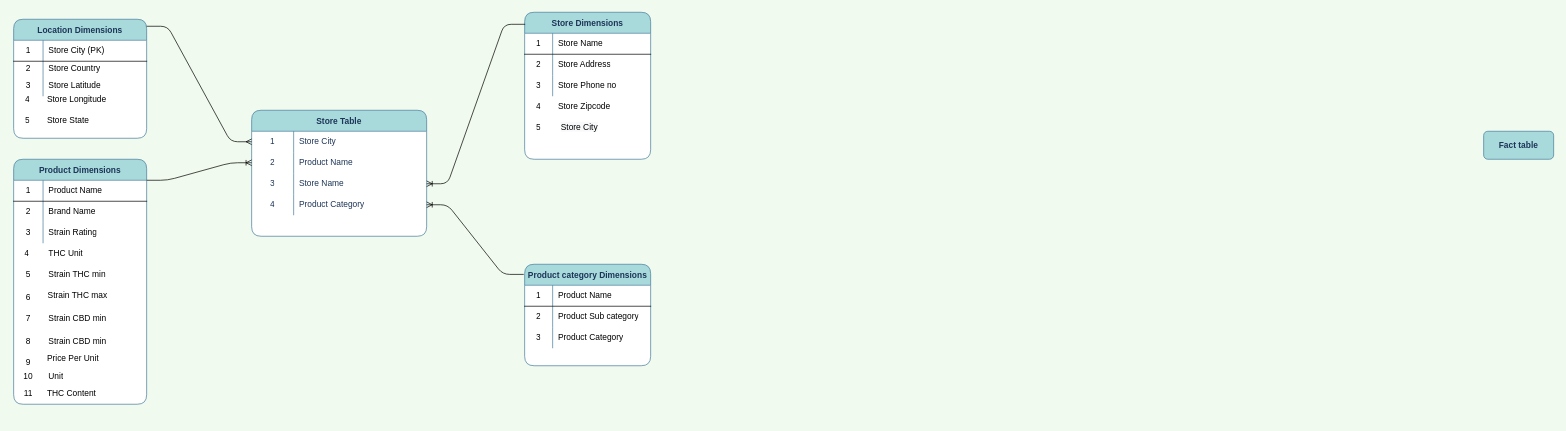
The draw.io diagram Star schema.drawio in shellys014/Leafly-weed, before the edit. Source tidied: cells renumbered, new cells numbered last; positions are measured from the earlier drawing's top-left corner, leaving out a move shared by most shapes. Both pictures are drawn from the tidied source at 70%, with x=0, y=0 at pixel (12, 12).
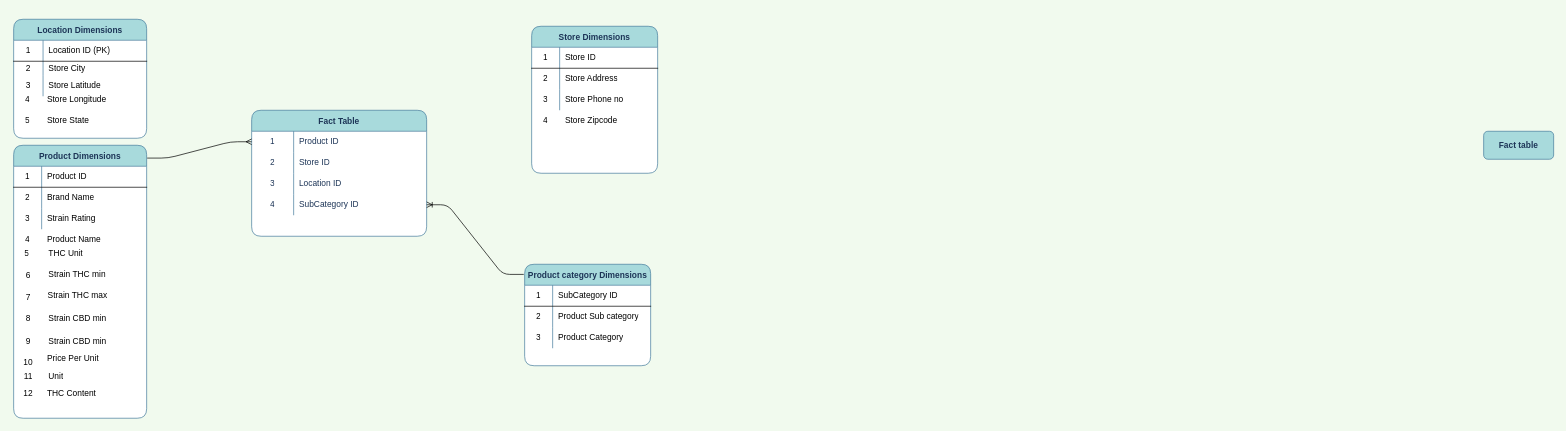
Above is the later version.

Unchanged cells that the change refers to:
```xml
<mxCell id="4" style="shape=partialRectangle;html=1;whiteSpace=wrap;fillColor=none;top=0;left=0;bottom=0;right=0;points=[[0,0.5],[1,0.5]];portConstraint=eastwest;strokeColor=#457B9D;fontColor=#1D3557;rounded=1;" parent="3" vertex="1">
  <mxGeometry y="30" width="250" height="30" as="geometry" />
</mxCell>
<mxCell id="7" style="shape=partialRectangle;html=1;whiteSpace=wrap;fillColor=none;top=0;left=0;bottom=0;right=0;points=[[0,0.5],[1,0.5]];portConstraint=eastwest;strokeColor=#457B9D;fontColor=#1D3557;rounded=1;" parent="3" vertex="1">
  <mxGeometry y="60" width="250" height="30" as="geometry" />
</mxCell>
<mxCell id="10" style="shape=partialRectangle;html=1;whiteSpace=wrap;fillColor=none;top=0;left=0;bottom=0;right=0;points=[[0,0.5],[1,0.5]];portConstraint=eastwest;strokeColor=#457B9D;fontColor=#1D3557;rounded=1;" parent="3" vertex="1">
  <mxGeometry y="90" width="250" height="30" as="geometry" />
</mxCell>
<mxCell id="13" style="shape=partialRectangle;html=1;whiteSpace=wrap;fillColor=none;top=0;left=0;bottom=0;right=0;points=[[0,0.5],[1,0.5]];portConstraint=eastwest;strokeColor=#457B9D;fontColor=#1D3557;rounded=1;" parent="3" vertex="1">
  <mxGeometry y="120" width="250" height="30" as="geometry" />
</mxCell>
<mxCell id="17" style="shape=partialRectangle;html=1;whiteSpace=wrap;fillColor=none;top=0;left=0;bottom=1;right=0;" parent="16" vertex="1">
  <mxGeometry y="30" width="190" height="30" as="geometry" />
</mxCell>
<mxCell id="20" style="shape=partialRectangle;html=1;whiteSpace=wrap;fillColor=none;top=0;left=0;bottom=0;right=0;" parent="16" vertex="1">
  <mxGeometry y="60" width="190" height="20" as="geometry" />
</mxCell>
<mxCell id="27" style="shape=partialRectangle;html=1;whiteSpace=wrap;fillColor=none;top=0;left=0;bottom=1;right=0;" parent="26" vertex="1">
  <mxGeometry y="30" width="190" height="30" as="geometry" />
</mxCell>
<mxCell id="30" style="shape=partialRectangle;html=1;whiteSpace=wrap;fillColor=none;top=0;left=0;bottom=0;right=0;" parent="26" vertex="1">
  <mxGeometry y="60" width="190" height="30" as="geometry" />
</mxCell>
<mxCell id="33" style="shape=partialRectangle;html=1;whiteSpace=wrap;fillColor=none;top=0;left=0;bottom=0;right=0;" parent="26" vertex="1">
  <mxGeometry y="90" width="190" height="30" as="geometry" />
</mxCell>
<mxCell id="37" style="shape=partialRectangle;html=1;whiteSpace=wrap;fillColor=none;top=0;left=0;bottom=1;right=0;" parent="36" vertex="1">
  <mxGeometry y="30" width="180" height="30" as="geometry" />
</mxCell>
<mxCell id="47" style="shape=partialRectangle;html=1;whiteSpace=wrap;fillColor=none;top=0;left=0;bottom=1;right=0;" parent="46" vertex="1">
  <mxGeometry y="30" width="180" height="30" as="geometry" />
</mxCell>
```

What changed in the source:
```diff
@@
-    <mxCell id="3" value="Store Table" style="shape=table;startSize=30;childLayout=tableLayout;rowLines=0;fontStyle=1;align=center;fillColor=#A8DADC;strokeColor=#457B9D;rounded=1;swimlaneFillColor=#ffffff;fontColor=#1D3557;" parent="1" vertex="1">
+    <mxCell id="3" value="Fact Table" style="shape=table;startSize=30;childLayout=tableLayout;rowLines=0;fontStyle=1;align=center;fillColor=#A8DADC;strokeColor=#457B9D;rounded=1;swimlaneFillColor=#ffffff;fontColor=#1D3557;" parent="1" vertex="1">
       <mxGeometry x="342" y="140" width="250" height="180" as="geometry" />
     </mxCell>
@@
-    <mxCell id="6" value="Store City" style="shape=partialRectangle;html=1;whiteSpace=wrap;fillColor=none;top=0;left=0;bottom=0;right=0;align=left;spacingLeft=6;overflow=hidden;strokeColor=#457B9D;fontColor=#1D3557;rounded=1;" parent="4" vertex="1">
+    <mxCell id="6" value="Product ID" style="shape=partialRectangle;html=1;whiteSpace=wrap;fillColor=none;top=0;left=0;bottom=0;right=0;align=left;spacingLeft=6;overflow=hidden;strokeColor=#457B9D;fontColor=#1D3557;rounded=1;" parent="4" vertex="1">
       <mxGeometry x="60" width="190" height="30" as="geometry" />
     </mxCell>
@@
-    <mxCell id="9" value="Product Name" style="shape=partialRectangle;html=1;whiteSpace=wrap;fillColor=none;top=0;left=0;bottom=0;right=0;align=left;spacingLeft=6;overflow=hidden;strokeColor=#457B9D;fontColor=#1D3557;rounded=1;" parent="7" vertex="1">
+    <mxCell id="9" value="Store ID" style="shape=partialRectangle;html=1;whiteSpace=wrap;fillColor=none;top=0;left=0;bottom=0;right=0;align=left;spacingLeft=6;overflow=hidden;strokeColor=#457B9D;fontColor=#1D3557;rounded=1;" parent="7" vertex="1">
       <mxGeometry x="60" width="190" height="30" as="geometry" />
     </mxCell>
@@
-    <mxCell id="12" value="Store Name" style="shape=partialRectangle;html=1;whiteSpace=wrap;fillColor=none;top=0;left=0;bottom=0;right=0;align=left;spacingLeft=6;overflow=hidden;strokeColor=#457B9D;fontColor=#1D3557;rounded=1;" parent="10" vertex="1">
+    <mxCell id="12" value="Location ID" style="shape=partialRectangle;html=1;whiteSpace=wrap;fillColor=none;top=0;left=0;bottom=0;right=0;align=left;spacingLeft=6;overflow=hidden;strokeColor=#457B9D;fontColor=#1D3557;rounded=1;" parent="10" vertex="1">
       <mxGeometry x="60" width="190" height="30" as="geometry" />
     </mxCell>
@@
-    <mxCell id="15" value="Product Category" style="shape=partialRectangle;html=1;whiteSpace=wrap;fillColor=none;top=0;left=0;bottom=0;right=0;align=left;spacingLeft=6;overflow=hidden;strokeColor=#457B9D;fontColor=#1D3557;rounded=1;" parent="13" vertex="1">
+    <mxCell id="15" value="SubCategory ID" style="shape=partialRectangle;html=1;whiteSpace=wrap;fillColor=none;top=0;left=0;bottom=0;right=0;align=left;spacingLeft=6;overflow=hidden;strokeColor=#457B9D;fontColor=#1D3557;rounded=1;" parent="13" vertex="1">
       <mxGeometry x="60" width="190" height="30" as="geometry" />
     </mxCell>
@@
-    <mxCell id="19" value="Store City (PK)" style="shape=partialRectangle;html=1;whiteSpace=wrap;fillColor=none;top=0;left=0;bottom=0;right=0;align=left;spacingLeft=6;overflow=hidden;" parent="17" vertex="1">
+    <mxCell id="19" value="Location ID (PK)" style="shape=partialRectangle;html=1;whiteSpace=wrap;fillColor=none;top=0;left=0;bottom=0;right=0;align=left;spacingLeft=6;overflow=hidden;" parent="17" vertex="1">
       <mxGeometry x="42" width="148" height="30" as="geometry" />
     </mxCell>
@@
-    <mxCell id="22" value="Store Country" style="shape=partialRectangle;html=1;whiteSpace=wrap;fillColor=none;top=0;left=0;bottom=0;right=0;align=left;spacingLeft=6;overflow=hidden;" parent="20" vertex="1">
+    <mxCell id="22" value="Store City" style="shape=partialRectangle;html=1;whiteSpace=wrap;fillColor=none;top=0;left=0;bottom=0;right=0;align=left;spacingLeft=6;overflow=hidden;" parent="20" vertex="1">
       <mxGeometry x="42" width="148" height="20" as="geometry" />
     </mxCell>
@@
     <mxCell id="26" value="Product Dimensions" style="shape=table;startSize=30;childLayout=tableLayout;rowLines=0;fontStyle=1;align=center;rounded=1;fontColor=#1D3557;strokeColor=#457B9D;fillColor=#A8DADC;swimlaneFillColor=#ffffff;" parent="1" vertex="1">
-      <mxGeometry x="2" y="210" width="190" height="350" as="geometry" />
+      <mxGeometry x="2" y="190" width="190" height="390" as="geometry" />
     </mxCell>
@@
     <mxCell id="28" value="1" style="shape=partialRectangle;html=1;whiteSpace=wrap;fillColor=none;top=0;left=0;bottom=0;right=0;overflow=hidden;" parent="27" vertex="1">
-      <mxGeometry width="42" height="30" as="geometry" />
+      <mxGeometry width="40" height="30" as="geometry" />
     </mxCell>
-    <mxCell id="29" value="Product Name" style="shape=partialRectangle;html=1;whiteSpace=wrap;fillColor=none;top=0;left=0;bottom=0;right=0;align=left;spacingLeft=6;overflow=hidden;" parent="27" vertex="1">
-      <mxGeometry x="42" width="148" height="30" as="geometry" />
+    <mxCell id="29" value="Product ID" style="shape=partialRectangle;html=1;whiteSpace=wrap;fillColor=none;top=0;left=0;bottom=0;right=0;align=left;spacingLeft=6;overflow=hidden;" parent="27" vertex="1">
+      <mxGeometry x="40" width="150" height="30" as="geometry" />
     </mxCell>
@@
     <mxCell id="31" value="2" style="shape=partialRectangle;html=1;whiteSpace=wrap;fillColor=none;top=0;left=0;bottom=0;right=0;overflow=hidden;" parent="30" vertex="1">
-      <mxGeometry width="42" height="30" as="geometry" />
+      <mxGeometry width="40" height="30" as="geometry" />
     </mxCell>
     <mxCell id="32" value="Brand Name" style="shape=partialRectangle;html=1;whiteSpace=wrap;fillColor=none;top=0;left=0;bottom=0;right=0;align=left;spacingLeft=6;overflow=hidden;" parent="30" vertex="1">
-      <mxGeometry x="42" width="148" height="30" as="geometry" />
+      <mxGeometry x="40" width="150" height="30" as="geometry" />
     </mxCell>
@@
     <mxCell id="34" value="3" style="shape=partialRectangle;html=1;whiteSpace=wrap;fillColor=none;top=0;left=0;bottom=0;right=0;overflow=hidden;" parent="33" vertex="1">
-      <mxGeometry width="42" height="30" as="geometry" />
+      <mxGeometry width="40" height="30" as="geometry" />
     </mxCell>
     <mxCell id="35" value="Strain Rating" style="shape=partialRectangle;html=1;whiteSpace=wrap;fillColor=none;top=0;left=0;bottom=0;right=0;align=left;spacingLeft=6;overflow=hidden;" parent="33" vertex="1">
-      <mxGeometry x="42" width="148" height="30" as="geometry" />
+      <mxGeometry x="40" width="150" height="30" as="geometry" />
     </mxCell>
@@
-    <mxCell id="39" value="Product Name" style="shape=partialRectangle;html=1;whiteSpace=wrap;fillColor=none;top=0;left=0;bottom=0;right=0;align=left;spacingLeft=6;overflow=hidden;" parent="37" vertex="1">
+    <mxCell id="39" value="SubCategory ID" style="shape=partialRectangle;html=1;whiteSpace=wrap;fillColor=none;top=0;left=0;bottom=0;right=0;align=left;spacingLeft=6;overflow=hidden;" parent="37" vertex="1">
       <mxGeometry x="40" width="140" height="30" as="geometry" />
     </mxCell>
@@
     <mxCell id="46" value="Store Dimensions" style="shape=table;startSize=30;childLayout=tableLayout;rowLines=0;fontStyle=1;align=center;rounded=1;fontColor=#1D3557;strokeColor=#457B9D;fillColor=#A8DADC;swimlaneFillColor=#ffffff;" parent="1" vertex="1">
-      <mxGeometry x="732" width="180" height="210" as="geometry" />
+      <mxGeometry x="742" y="20" width="180" height="210" as="geometry" />
     </mxCell>
@@
-    <mxCell id="49" value="Store Name" style="shape=partialRectangle;html=1;whiteSpace=wrap;fillColor=none;top=0;left=0;bottom=0;right=0;align=left;spacingLeft=6;overflow=hidden;" parent="47" vertex="1">
+    <mxCell id="49" value="Store ID" style="shape=partialRectangle;html=1;whiteSpace=wrap;fillColor=none;top=0;left=0;bottom=0;right=0;align=left;spacingLeft=6;overflow=hidden;" parent="47" vertex="1">
       <mxGeometry x="40" width="140" height="30" as="geometry" />
     </mxCell>
@@
     <mxCell id="58" value="Store Zipcode" style="shape=partialRectangle;html=1;whiteSpace=wrap;fillColor=none;top=0;left=0;bottom=0;right=0;align=left;spacingLeft=6;overflow=hidden;" parent="1" vertex="1">
-      <mxGeometry x="772" y="120" width="140" height="30" as="geometry" />
+      <mxGeometry x="782" y="140" width="140" height="30" as="geometry" />
     </mxCell>
     <mxCell id="59" value="4" style="shape=partialRectangle;html=1;whiteSpace=wrap;fillColor=none;top=0;left=0;bottom=0;right=0;overflow=hidden;" parent="1" vertex="1">
-      <mxGeometry x="732" y="120" width="40" height="30" as="geometry" />
+      <mxGeometry x="742" y="140" width="40" height="30" as="geometry" />
     </mxCell>
-    <mxCell id="60" value="5" style="shape=partialRectangle;html=1;whiteSpace=wrap;fillColor=none;top=0;left=0;bottom=0;right=0;overflow=hidden;" parent="1" vertex="1">
-      <mxGeometry x="732" y="150" width="40" height="30" as="geometry" />
-    </mxCell>
@@
-    <mxCell id="63" value="&lt;span style=&quot;color: rgb(0 , 0 , 0) ; font-family: &amp;#34;helvetica&amp;#34; ; font-size: 12px ; font-style: normal ; font-weight: 400 ; letter-spacing: normal ; text-align: left ; text-indent: 0px ; text-transform: none ; word-spacing: 0px ; background-color: rgb(248 , 249 , 250) ; display: inline ; float: none&quot;&gt;Store City&lt;/span&gt;" style="text;whiteSpace=wrap;html=1;" parent="1" vertex="1">
-      <mxGeometry x="782" y="150" width="120" height="30" as="geometry" />
-    </mxCell>
@@
-    <mxCell id="68" value="5" style="shape=partialRectangle;html=1;whiteSpace=wrap;fillColor=none;top=0;left=0;bottom=0;right=0;overflow=hidden;" parent="1" vertex="1">
-      <mxGeometry x="2" y="357.5" width="42" height="35" as="geometry" />
+    <mxCell id="68" value="6" style="shape=partialRectangle;html=1;whiteSpace=wrap;fillColor=none;top=0;left=0;bottom=0;right=0;overflow=hidden;" parent="1" vertex="1">
+      <mxGeometry x="2" y="360" width="42" height="32.5" as="geometry" />
     </mxCell>
-    <mxCell id="69" value="8" style="shape=partialRectangle;html=1;whiteSpace=wrap;fillColor=none;top=0;left=0;bottom=0;right=0;overflow=hidden;" parent="1" vertex="1">
+    <mxCell id="69" value="9" style="shape=partialRectangle;html=1;whiteSpace=wrap;fillColor=none;top=0;left=0;bottom=0;right=0;overflow=hidden;" parent="1" vertex="1">
       <mxGeometry x="2" y="455" width="42" height="30" as="geometry" />
     </mxCell>
-    <mxCell id="70" value="6" style="shape=partialRectangle;html=1;whiteSpace=wrap;fillColor=none;top=0;left=0;bottom=0;right=0;overflow=hidden;" parent="1" vertex="1">
+    <mxCell id="70" value="7" style="shape=partialRectangle;html=1;whiteSpace=wrap;fillColor=none;top=0;left=0;bottom=0;right=0;overflow=hidden;" parent="1" vertex="1">
       <mxGeometry x="2" y="392.5" width="42" height="30" as="geometry" />
     </mxCell>
-    <mxCell id="71" value="7" style="shape=partialRectangle;html=1;whiteSpace=wrap;fillColor=none;top=0;left=0;bottom=0;right=0;overflow=hidden;" parent="1" vertex="1">
+    <mxCell id="71" value="8" style="shape=partialRectangle;html=1;whiteSpace=wrap;fillColor=none;top=0;left=0;bottom=0;right=0;overflow=hidden;" parent="1" vertex="1">
       <mxGeometry x="2" y="422.5" width="42" height="30" as="geometry" />
     </mxCell>
@@
-    <mxCell id="76" value="4" style="shape=partialRectangle;html=1;whiteSpace=wrap;fillColor=none;top=0;left=0;bottom=0;right=0;overflow=hidden;" parent="1" vertex="1">
+    <mxCell id="76" value="5" style="shape=partialRectangle;html=1;whiteSpace=wrap;fillColor=none;top=0;left=0;bottom=0;right=0;overflow=hidden;" parent="1" vertex="1">
       <mxGeometry y="330" width="42" height="30" as="geometry" />
     </mxCell>
-    <mxCell id="77" value="9" style="shape=partialRectangle;html=1;whiteSpace=wrap;fillColor=none;top=0;left=0;bottom=0;right=0;overflow=hidden;" parent="1" vertex="1">
+    <mxCell id="77" value="10" style="shape=partialRectangle;html=1;whiteSpace=wrap;fillColor=none;top=0;left=0;bottom=0;right=0;overflow=hidden;" parent="1" vertex="1">
       <mxGeometry x="2" y="485" width="42" height="30" as="geometry" />
     </mxCell>
-    <mxCell id="78" value="10" style="shape=partialRectangle;html=1;whiteSpace=wrap;fillColor=none;top=0;left=0;bottom=0;right=0;overflow=hidden;" parent="1" vertex="1">
+    <mxCell id="78" value="11" style="shape=partialRectangle;html=1;whiteSpace=wrap;fillColor=none;top=0;left=0;bottom=0;right=0;overflow=hidden;" parent="1" vertex="1">
       <mxGeometry x="2" y="510" width="42" height="20" as="geometry" />
     </mxCell>
-    <mxCell id="79" value="11" style="shape=partialRectangle;html=1;whiteSpace=wrap;fillColor=none;top=0;left=0;bottom=0;right=0;overflow=hidden;" parent="1" vertex="1">
+    <mxCell id="79" value="12" style="shape=partialRectangle;html=1;whiteSpace=wrap;fillColor=none;top=0;left=0;bottom=0;right=0;overflow=hidden;" parent="1" vertex="1">
       <mxGeometry x="2" y="530" width="42" height="30" as="geometry" />
     </mxCell>
-    <mxCell id="80" style="edgeStyle=entityRelationEdgeStyle;fontSize=12;html=1;endArrow=ERmany;" parent="1" edge="1" target="4">
-      <mxGeometry relative="1" as="geometry">
-        <mxPoint x="192" y="20" as="sourcePoint" />
-      </mxGeometry>
+    <mxCell id="80" style="edgeStyle=entityRelationEdgeStyle;fontSize=12;html=1;endArrow=ERmany;exitX=1.004;exitY=0.047;exitDx=0;exitDy=0;exitPerimeter=0;" parent="1" edge="1" source="26" target="4">
+      <mxGeometry relative="1" as="geometry" />
     </mxCell>
-    <mxCell id="81" style="edgeStyle=entityRelationEdgeStyle;fontSize=12;html=1;endArrow=ERoneToMany;entryX=0;entryY=0.5;entryDx=0;entryDy=0;" parent="1" edge="1" target="7">
-      <mxGeometry relative="1" as="geometry">
-        <mxPoint x="192" y="240" as="sourcePoint" />
-      </mxGeometry>
-    </mxCell>
-    <mxCell id="82" style="edgeStyle=entityRelationEdgeStyle;fontSize=12;html=1;endArrow=ERoneToMany;exitX=0.004;exitY=0.082;exitDx=0;exitDy=0;exitPerimeter=0;" parent="1" edge="1" source="46" target="10">
-      <mxGeometry relative="1" as="geometry" />
-    </mxCell>
@@
+    <mxCell id="84" style="shape=partialRectangle;html=1;whiteSpace=wrap;fillColor=none;top=0;left=0;bottom=0;right=0;" parent="1" vertex="1">
+      <mxGeometry x="2" y="310" width="190" height="30" as="geometry" />
+    </mxCell>
+    <mxCell id="85" value="4" style="shape=partialRectangle;html=1;whiteSpace=wrap;fillColor=none;top=0;left=0;bottom=0;right=0;overflow=hidden;" parent="84" vertex="1">
+      <mxGeometry width="40" height="30" as="geometry" />
+    </mxCell>
+    <mxCell id="86" value="Product Name" style="shape=partialRectangle;html=1;whiteSpace=wrap;fillColor=none;top=0;left=0;bottom=0;right=0;align=left;spacingLeft=6;overflow=hidden;" parent="84" vertex="1">
+      <mxGeometry x="40" width="150" height="30" as="geometry" />
+    </mxCell>
```
